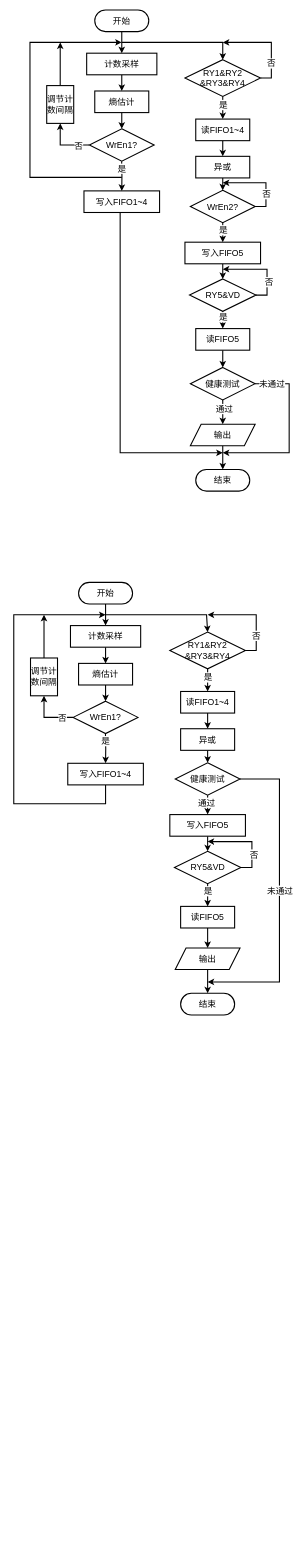
The draw.io diagram page "第 3 页" (3 of 3) of 未命名绘图.drawio in bazingaaaa-ss/easymcm, before the edit. Source tidied: cells renumbered, new cells numbered last; positions are measured from the earlier drawing's top-left corner, leaving out a move shared by most shapes. Both pictures are drawn from the tidied source at 54%, with x=0, y=0 at pixel (14, 10).
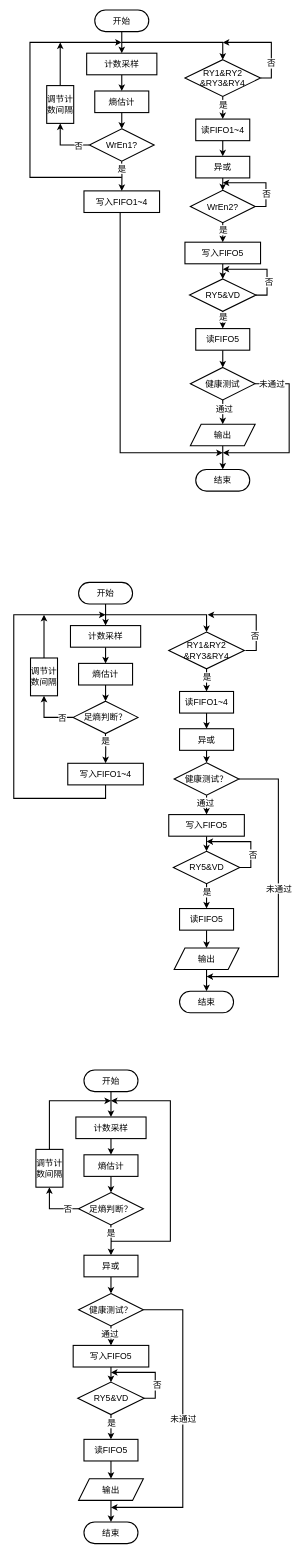
The same diagram, later.

Commit message:
更新未命名绘图.drawio

The change refers to these unchanged cells:
```xml
<mxCell id="61" value="&lt;span style=&quot;font-size: 16px;&quot;&gt;写入FIFO1~4&lt;/span&gt;" style="rounded=0;whiteSpace=wrap;html=1;fontSize=16;strokeWidth=2;" parent="1" vertex="1">
  <mxGeometry x="100" y="1395" width="140" height="40" as="geometry" />
</mxCell>
<mxCell id="65" style="edgeStyle=orthogonalEdgeStyle;rounded=0;orthogonalLoop=1;jettySize=auto;html=1;exitX=1;exitY=0.5;exitDx=0;exitDy=0;fontSize=16;arcSize=12;strokeWidth=2;" parent="1" edge="1">
  <mxGeometry relative="1" as="geometry">
    <mxPoint x="429" y="1186" as="sourcePoint" />
    <mxPoint x="359" y="1120" as="targetPoint" />
    <Array as="points">
      <mxPoint x="449" y="1186" />
      <mxPoint x="449" y="1120" />
    </Array>
  </mxGeometry>
</mxCell>
```

Change to the diagram source:
```diff
@@
-    <mxCell id="60" value="&lt;font style=&quot;font-size: 16px;&quot;&gt;WrEn1?&lt;/font&gt;" style="rhombus;whiteSpace=wrap;html=1;fontSize=16;strokeWidth=2;" parent="1" vertex="1">
+    <mxCell id="60" value="足熵判断？" style="rhombus;whiteSpace=wrap;html=1;fontSize=16;strokeWidth=2;" parent="1" vertex="1">
       <mxGeometry x="110" y="1280" width="120" height="60" as="geometry" />
     </mxCell>
@@
     <mxCell id="64" style="endArrow=classic;html=1;rounded=0;fontSize=16;arcSize=12;strokeWidth=2;exitX=0.5;exitY=1;exitDx=0;exitDy=0;" parent="1" edge="1" source="61">
       <mxGeometry relative="1" as="geometry">
         <mxPoint x="170" y="1120" as="targetPoint" />
         <Array as="points">
-          <mxPoint x="170" y="1470" />
-          <mxPoint y="1470" />
+          <mxPoint x="170" y="1460" />
+          <mxPoint y="1460" />
           <mxPoint y="1240" />
           <mxPoint y="1120" />
         </Array>
       </mxGeometry>
     </mxCell>
@@
     <mxCell id="66" value="否" style="edgeLabel;html=1;align=center;verticalAlign=middle;fontSize=16;arcSize=12;" parent="65" vertex="1">
       <mxGeometry x="-0.26" y="1" relative="1" as="geometry">
-        <mxPoint y="17" as="offset" />
+        <mxPoint x="-2" y="17" as="offset" />
       </mxGeometry>
     </mxCell>
@@
     <mxCell id="69" value="&lt;span style=&quot;font-size: 16px;&quot;&gt;RY1&amp;amp;RY2&lt;br style=&quot;font-size: 16px;&quot;&gt;&amp;amp;RY3&amp;amp;RY4&lt;/span&gt;" style="rhombus;whiteSpace=wrap;html=1;fontSize=16;strokeWidth=2;" parent="1" vertex="1">
-      <mxGeometry x="289" y="1152" width="140" height="68" as="geometry" />
+      <mxGeometry x="287" y="1152" width="140" height="68" as="geometry" />
     </mxCell>
@@
     <mxCell id="71" value="&lt;font style=&quot;font-size: 16px;&quot;&gt;读FIFO1~4&lt;/font&gt;" style="rounded=0;whiteSpace=wrap;html=1;fontSize=16;strokeWidth=2;" parent="1" vertex="1">
-      <mxGeometry x="309" y="1262" width="100" height="40" as="geometry" />
+      <mxGeometry x="307" y="1262" width="100" height="40" as="geometry" />
     </mxCell>
@@
     <mxCell id="74" value="&lt;font style=&quot;font-size: 16px;&quot;&gt;异或&lt;/font&gt;" style="rounded=0;whiteSpace=wrap;html=1;fontSize=16;strokeWidth=2;" parent="1" vertex="1">
-      <mxGeometry x="309" y="1331" width="100" height="40" as="geometry" />
+      <mxGeometry x="307" y="1331" width="100" height="40" as="geometry" />
     </mxCell>
@@
     <mxCell id="76" value="&lt;span style=&quot;font-size: 16px;&quot;&gt;写入FIFO5&lt;/span&gt;" style="rounded=0;whiteSpace=wrap;html=1;fontSize=16;strokeWidth=2;" parent="1" vertex="1">
-      <mxGeometry x="289" y="1490" width="140" height="40" as="geometry" />
+      <mxGeometry x="287" y="1490" width="140" height="40" as="geometry" />
     </mxCell>
     <mxCell id="77" style="edgeStyle=orthogonalEdgeStyle;rounded=0;jettySize=auto;html=1;exitX=1;exitY=0.5;exitDx=0;exitDy=0;fontSize=16;arcSize=12;strokeWidth=2;" parent="1" edge="1" source="81">
       <mxGeometry relative="1" as="geometry">
-        <mxPoint x="359" y="1800" as="targetPoint" />
+        <mxPoint x="357" y="1790" as="targetPoint" />
         <Array as="points">
-          <mxPoint x="492" y="1424" />
-          <mxPoint x="492" y="1800" />
+          <mxPoint x="490" y="1424" />
+          <mxPoint x="490" y="1790" />
+          <mxPoint x="357" y="1790" />
         </Array>
       </mxGeometry>
     </mxCell>
@@
-    <mxCell id="81" value="健康测试" style="rhombus;whiteSpace=wrap;html=1;fontSize=16;strokeWidth=2;" parent="1" vertex="1">
-      <mxGeometry x="299" y="1394" width="120" height="60" as="geometry" />
+    <mxCell id="81" value="健康测试？" style="rhombus;whiteSpace=wrap;html=1;fontSize=16;strokeWidth=2;" parent="1" vertex="1">
+      <mxGeometry x="297" y="1394" width="120" height="60" as="geometry" />
     </mxCell>
@@
     <mxCell id="83" value="&lt;font style=&quot;font-size: 16px;&quot;&gt;读FIFO5&lt;/font&gt;" style="rounded=0;whiteSpace=wrap;html=1;fontSize=16;strokeWidth=2;" parent="1" vertex="1">
-      <mxGeometry x="309" y="1660" width="100" height="40" as="geometry" />
+      <mxGeometry x="307" y="1664" width="100" height="40" as="geometry" />
     </mxCell>
     <mxCell id="84" style="edgeStyle=orthogonalEdgeStyle;rounded=0;jettySize=auto;html=1;exitX=1;exitY=0.5;exitDx=0;exitDy=0;fontSize=16;arcSize=12;strokeWidth=2;" parent="1" edge="1" source="88">
       <mxGeometry relative="1" as="geometry">
-        <mxPoint x="359" y="1540" as="targetPoint" />
+        <mxPoint x="357" y="1540" as="targetPoint" />
         <Array as="points">
-          <mxPoint x="441" y="1588" />
-          <mxPoint x="441" y="1540" />
+          <mxPoint x="439" y="1588" />
+          <mxPoint x="439" y="1540" />
         </Array>
       </mxGeometry>
     </mxCell>
@@
     <mxCell id="88" value="&lt;span style=&quot;font-size: 16px;&quot;&gt;RY5&amp;amp;VD&lt;br style=&quot;font-size: 16px;&quot;&gt;&lt;/span&gt;" style="rhombus;whiteSpace=wrap;html=1;fontSize=16;strokeWidth=2;" parent="1" vertex="1">
-      <mxGeometry x="297.5" y="1558" width="123" height="60" as="geometry" />
+      <mxGeometry x="295.5" y="1558" width="123" height="60" as="geometry" />
     </mxCell>
@@
     <mxCell id="90" value="输出" style="shape=parallelogram;perimeter=parallelogramPerimeter;whiteSpace=wrap;html=1;fixedSize=1;fontSize=16;strokeWidth=2;" parent="1" vertex="1">
-      <mxGeometry x="299" y="1737" width="120" height="40" as="geometry" />
+      <mxGeometry x="297" y="1737" width="120" height="40" as="geometry" />
     </mxCell>
     <mxCell id="91" value="&lt;font style=&quot;font-size: 16px;&quot;&gt;结束&lt;/font&gt;" style="rounded=1;whiteSpace=wrap;html=1;arcSize=50;fontSize=16;strokeWidth=2;" parent="1" vertex="1">
-      <mxGeometry x="309" y="1821" width="100" height="40" as="geometry" />
+      <mxGeometry x="307" y="1817" width="100" height="40" as="geometry" />
     </mxCell>
+    <mxCell id="92" style="edgeStyle=orthogonalEdgeStyle;rounded=0;jettySize=auto;html=1;exitX=0.5;exitY=1;exitDx=0;exitDy=0;entryX=0.5;entryY=0;entryDx=0;entryDy=0;fontSize=16;arcSize=12;strokeWidth=2;" parent="1" edge="1" source="93" target="95">
+      <mxGeometry relative="1" as="geometry" />
+    </mxCell>
+    <mxCell id="93" value="&lt;font style=&quot;font-size: 16px;&quot;&gt;开始&lt;/font&gt;" style="rounded=1;whiteSpace=wrap;html=1;arcSize=50;fontSize=16;strokeWidth=2;" parent="1" vertex="1">
+      <mxGeometry x="130" y="1963" width="100" height="40" as="geometry" />
+    </mxCell>
+    <mxCell id="94" style="edgeStyle=orthogonalEdgeStyle;rounded=0;jettySize=auto;html=1;exitX=0.5;exitY=1;exitDx=0;exitDy=0;entryX=0.5;entryY=0;entryDx=0;entryDy=0;fontSize=16;arcSize=12;strokeWidth=2;" parent="1" edge="1" source="95" target="97">
+      <mxGeometry relative="1" as="geometry" />
+    </mxCell>
+    <mxCell id="95" value="&lt;font style=&quot;font-size: 16px;&quot;&gt;计数采样&lt;/font&gt;" style="rounded=0;whiteSpace=wrap;html=1;fontSize=16;strokeWidth=2;" parent="1" vertex="1">
+      <mxGeometry x="115" y="2050" width="130" height="40" as="geometry" />
+    </mxCell>
+    <mxCell id="96" style="edgeStyle=orthogonalEdgeStyle;rounded=0;jettySize=auto;html=1;exitX=0.5;exitY=1;exitDx=0;exitDy=0;entryX=0.5;entryY=0;entryDx=0;entryDy=0;fontSize=16;arcSize=12;strokeWidth=2;" parent="1" edge="1" source="97" target="102">
+      <mxGeometry relative="1" as="geometry" />
+    </mxCell>
+    <mxCell id="97" value="&lt;font style=&quot;font-size: 16px;&quot;&gt;熵估计&lt;/font&gt;" style="rounded=0;whiteSpace=wrap;html=1;fontSize=16;strokeWidth=2;" parent="1" vertex="1">
+      <mxGeometry x="130" y="2120" width="100" height="40" as="geometry" />
+    </mxCell>
+    <mxCell id="98" style="edgeStyle=orthogonalEdgeStyle;rounded=0;jettySize=auto;html=1;exitX=0.5;exitY=1;exitDx=0;exitDy=0;entryX=0.5;entryY=0;entryDx=0;entryDy=0;fontSize=16;arcSize=12;strokeWidth=2;" parent="1" edge="1" target="106">
+      <mxGeometry relative="1" as="geometry">
+        <mxPoint x="179.8" y="2250" as="sourcePoint" />
+      </mxGeometry>
+    </mxCell>
+    <mxCell id="99" value="是" style="edgeLabel;html=1;align=center;verticalAlign=middle;fontSize=16;arcSize=12;" parent="98" vertex="1">
+      <mxGeometry x="-0.63" y="1" relative="1" as="geometry">
+        <mxPoint x="-1" y="4" as="offset" />
+      </mxGeometry>
+    </mxCell>
+    <mxCell id="100" style="edgeStyle=orthogonalEdgeStyle;rounded=0;jettySize=auto;html=1;exitX=0;exitY=0.5;exitDx=0;exitDy=0;entryX=0.5;entryY=1;entryDx=0;entryDy=0;fontSize=16;arcSize=12;strokeWidth=2;" parent="1" edge="1" source="102" target="104">
+      <mxGeometry relative="1" as="geometry" />
+    </mxCell>
+    <mxCell id="101" value="否" style="edgeLabel;html=1;align=center;verticalAlign=middle;fontSize=16;arcSize=12;" parent="100" vertex="1">
+      <mxGeometry x="-0.67" relative="1" as="geometry">
+        <mxPoint x="-5" as="offset" />
+      </mxGeometry>
+    </mxCell>
+    <mxCell id="102" value="足熵判断？" style="rhombus;whiteSpace=wrap;html=1;fontSize=16;strokeWidth=2;" parent="1" vertex="1">
+      <mxGeometry x="120" y="2190" width="120" height="60" as="geometry" />
+    </mxCell>
+    <mxCell id="103" style="edgeStyle=orthogonalEdgeStyle;rounded=0;jettySize=auto;html=1;exitX=0.5;exitY=0;exitDx=0;exitDy=0;fontSize=16;arcSize=12;strokeWidth=2;" parent="1" edge="1" source="104">
+      <mxGeometry relative="1" as="geometry">
+        <mxPoint x="180" y="2020" as="targetPoint" />
+        <Array as="points">
+          <mxPoint x="66" y="2070" />
+          <mxPoint x="66" y="2070" />
+        </Array>
+      </mxGeometry>
+    </mxCell>
+    <mxCell id="104" value="&lt;font style=&quot;font-size: 16px;&quot;&gt;调节计数间隔&lt;/font&gt;" style="rounded=0;whiteSpace=wrap;html=1;fontSize=16;strokeWidth=2;" parent="1" vertex="1">
+      <mxGeometry x="41" y="2110" width="50" height="70" as="geometry" />
+    </mxCell>
+    <mxCell id="105" style="edgeStyle=orthogonalEdgeStyle;rounded=0;jettySize=auto;html=1;exitX=0.5;exitY=1;exitDx=0;exitDy=0;entryX=0.5;entryY=0;entryDx=0;entryDy=0;strokeWidth=2;" parent="1" edge="1" source="106" target="113">
+      <mxGeometry relative="1" as="geometry" />
+    </mxCell>
+    <mxCell id="106" value="&lt;font style=&quot;font-size: 16px;&quot;&gt;异或&lt;/font&gt;" style="rounded=0;whiteSpace=wrap;html=1;fontSize=16;strokeWidth=2;" parent="1" vertex="1">
+      <mxGeometry x="130" y="2306" width="100" height="40" as="geometry" />
+    </mxCell>
+    <mxCell id="107" style="edgeStyle=orthogonalEdgeStyle;rounded=0;jettySize=auto;html=1;exitX=0.5;exitY=1;exitDx=0;exitDy=0;entryX=0.5;entryY=0;entryDx=0;entryDy=0;fontSize=16;arcSize=12;strokeWidth=2;" parent="1" edge="1" source="108" target="120">
+      <mxGeometry relative="1" as="geometry" />
+    </mxCell>
+    <mxCell id="108" value="&lt;span style=&quot;font-size: 16px;&quot;&gt;写入FIFO5&lt;/span&gt;" style="rounded=0;whiteSpace=wrap;html=1;fontSize=16;strokeWidth=2;" parent="1" vertex="1">
+      <mxGeometry x="110" y="2473" width="140" height="40" as="geometry" />
+    </mxCell>
+    <mxCell id="109" style="edgeStyle=orthogonalEdgeStyle;rounded=0;jettySize=auto;html=1;exitX=1;exitY=0.5;exitDx=0;exitDy=0;fontSize=16;arcSize=12;strokeWidth=2;" parent="1" edge="1" source="113">
+      <mxGeometry relative="1" as="geometry">
+        <mxPoint x="180" y="2773" as="targetPoint" />
+        <Array as="points">
+          <mxPoint x="313" y="2407" />
+          <mxPoint x="313" y="2773" />
+          <mxPoint x="180" y="2773" />
+        </Array>
+      </mxGeometry>
+    </mxCell>
+    <mxCell id="110" value="未通过" style="edgeLabel;html=1;align=center;verticalAlign=middle;fontSize=16;arcSize=12;" parent="109" vertex="1">
+      <mxGeometry x="-0.11" relative="1" as="geometry">
+        <mxPoint y="20" as="offset" />
+      </mxGeometry>
+    </mxCell>
+    <mxCell id="111" style="edgeStyle=orthogonalEdgeStyle;rounded=0;jettySize=auto;html=1;exitX=0.5;exitY=1;exitDx=0;exitDy=0;entryX=0.5;entryY=0;entryDx=0;entryDy=0;strokeWidth=2;" parent="1" edge="1" source="113" target="108">
+      <mxGeometry relative="1" as="geometry" />
+    </mxCell>
+    <mxCell id="112" value="通过" style="edgeLabel;html=1;align=center;verticalAlign=middle;fontSize=16;" parent="111" vertex="1">
+      <mxGeometry x="-0.27" y="-3" relative="1" as="geometry" />
+    </mxCell>
+    <mxCell id="113" value="健康测试？" style="rhombus;whiteSpace=wrap;html=1;fontSize=16;strokeWidth=2;" parent="1" vertex="1">
+      <mxGeometry x="120" y="2377" width="120" height="60" as="geometry" />
+    </mxCell>
+    <mxCell id="114" style="edgeStyle=orthogonalEdgeStyle;rounded=0;jettySize=auto;html=1;exitX=0.5;exitY=1;exitDx=0;exitDy=0;entryX=0.5;entryY=0;entryDx=0;entryDy=0;fontSize=16;arcSize=12;strokeWidth=2;" parent="1" edge="1" source="115" target="122">
+      <mxGeometry relative="1" as="geometry" />
+    </mxCell>
+    <mxCell id="115" value="&lt;font style=&quot;font-size: 16px;&quot;&gt;读FIFO5&lt;/font&gt;" style="rounded=0;whiteSpace=wrap;html=1;fontSize=16;strokeWidth=2;" parent="1" vertex="1">
+      <mxGeometry x="130" y="2647" width="100" height="40" as="geometry" />
+    </mxCell>
+    <mxCell id="116" style="edgeStyle=orthogonalEdgeStyle;rounded=0;jettySize=auto;html=1;exitX=1;exitY=0.5;exitDx=0;exitDy=0;fontSize=16;arcSize=12;strokeWidth=2;" parent="1" edge="1" source="120">
+      <mxGeometry relative="1" as="geometry">
+        <mxPoint x="180" y="2523" as="targetPoint" />
+        <Array as="points">
+          <mxPoint x="262" y="2571" />
+          <mxPoint x="262" y="2523" />
+        </Array>
+      </mxGeometry>
+    </mxCell>
+    <mxCell id="117" value="否" style="edgeLabel;html=1;align=center;verticalAlign=middle;fontSize=16;arcSize=12;" parent="116" vertex="1">
+      <mxGeometry x="-0.4" y="-3" relative="1" as="geometry" />
+    </mxCell>
+    <mxCell id="118" style="edgeStyle=orthogonalEdgeStyle;rounded=0;jettySize=auto;html=1;exitX=0.5;exitY=1;exitDx=0;exitDy=0;entryX=0.5;entryY=0;entryDx=0;entryDy=0;fontSize=16;arcSize=12;strokeWidth=2;" parent="1" edge="1" source="120" target="115">
+      <mxGeometry relative="1" as="geometry" />
+    </mxCell>
+    <mxCell id="119" value="是" style="edgeLabel;html=1;align=center;verticalAlign=middle;fontSize=16;arcSize=12;" parent="118" vertex="1">
+      <mxGeometry x="-0.41" relative="1" as="geometry">
+        <mxPoint y="1" as="offset" />
+      </mxGeometry>
+    </mxCell>
+    <mxCell id="120" value="&lt;span style=&quot;font-size: 16px;&quot;&gt;RY5&amp;amp;VD&lt;br style=&quot;font-size: 16px;&quot;&gt;&lt;/span&gt;" style="rhombus;whiteSpace=wrap;html=1;fontSize=16;strokeWidth=2;" parent="1" vertex="1">
+      <mxGeometry x="118.5" y="2541" width="123" height="60" as="geometry" />
+    </mxCell>
+    <mxCell id="121" style="edgeStyle=orthogonalEdgeStyle;rounded=0;jettySize=auto;html=1;exitX=0.5;exitY=1;exitDx=0;exitDy=0;entryX=0.5;entryY=0;entryDx=0;entryDy=0;fontSize=16;arcSize=12;strokeWidth=2;" parent="1" edge="1" source="122" target="123">
+      <mxGeometry relative="1" as="geometry" />
+    </mxCell>
+    <mxCell id="122" value="输出" style="shape=parallelogram;perimeter=parallelogramPerimeter;whiteSpace=wrap;html=1;fixedSize=1;fontSize=16;strokeWidth=2;" parent="1" vertex="1">
+      <mxGeometry x="120" y="2720" width="120" height="40" as="geometry" />
+    </mxCell>
+    <mxCell id="123" value="&lt;font style=&quot;font-size: 16px;&quot;&gt;结束&lt;/font&gt;" style="rounded=1;whiteSpace=wrap;html=1;arcSize=50;fontSize=16;strokeWidth=2;" parent="1" vertex="1">
+      <mxGeometry x="130" y="2800" width="100" height="40" as="geometry" />
+    </mxCell>
+    <mxCell id="124" style="endArrow=classic;html=1;rounded=0;strokeWidth=2;" parent="1" edge="1">
+      <mxGeometry relative="1" as="geometry">
+        <mxPoint x="180" y="2280" as="sourcePoint" />
+        <mxPoint x="180" y="2020" as="targetPoint" />
+        <Array as="points">
+          <mxPoint x="290" y="2280" />
+          <mxPoint x="290" y="2150" />
+          <mxPoint x="290" y="2020" />
+        </Array>
+      </mxGeometry>
+    </mxCell>
```
